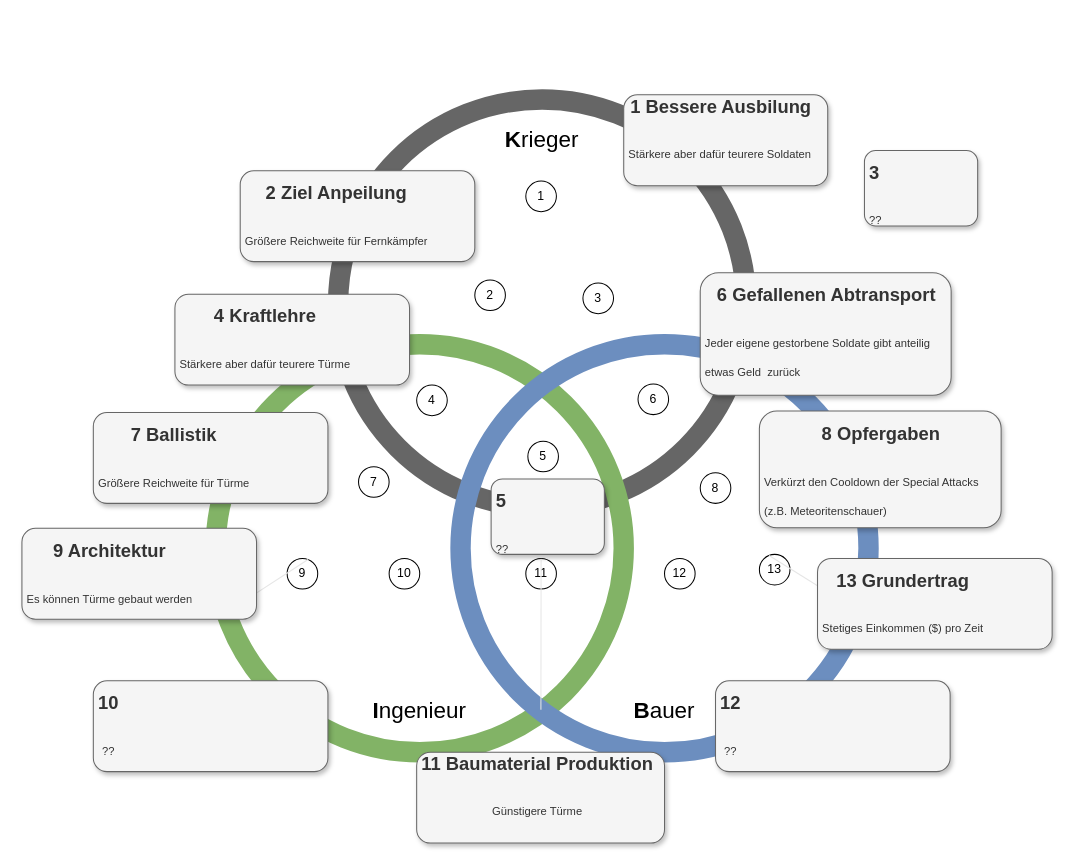
Earlier version of the draw.io diagram AgeOfWarGame/Assets/TechTree.drawio (Thommynator/AgeOfWarGame). Source tidied: cells renumbered, new cells numbered last; positions are measured from the earlier drawing's top-left corner, leaving out a move shared by most shapes. Both pictures are drawn from the tidied source at 102%, with x=0, y=0 at pixel (21, 95).
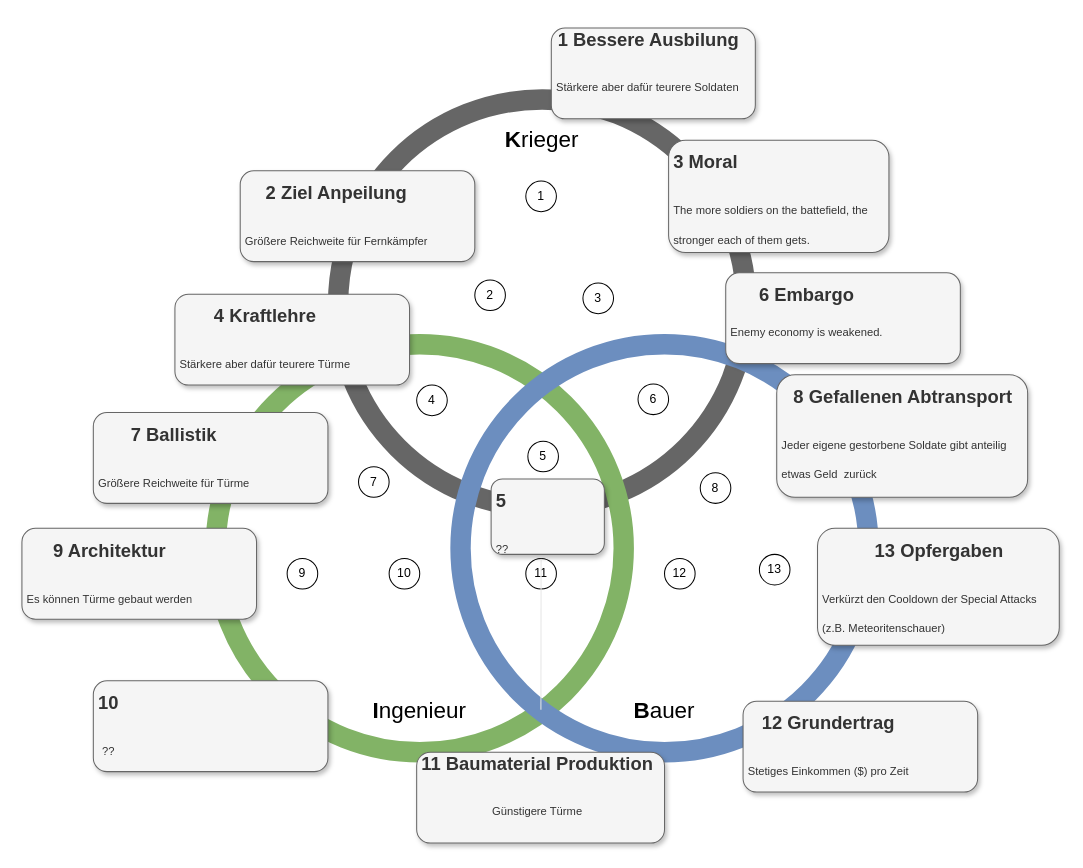
Above is the later version.

The change refers to these unchanged cells:
```xml
<mxCell id="3" style="ellipse;whiteSpace=wrap;html=1;strokeColor=#82b366;gradientColor=#ffffff;fillColor=none;strokeWidth=20;" parent="1" vertex="1">
  <mxGeometry x="190" y="244" width="400" height="400" as="geometry" />
</mxCell>
<mxCell id="4" style="ellipse;whiteSpace=wrap;html=1;strokeColor=#6c8ebf;gradientColor=#ffffff;fillColor=none;strokeWidth=20;" parent="1" vertex="1">
  <mxGeometry x="430" y="244" width="400" height="400" as="geometry" />
</mxCell>
<mxCell id="10" value="9" style="ellipse;whiteSpace=wrap;html=1;gradientColor=#ffffff;" parent="1" vertex="1">
  <mxGeometry x="260" y="454" width="30" height="30" as="geometry" />
</mxCell>
<mxCell id="16" value="13" style="ellipse;whiteSpace=wrap;html=1;gradientColor=#ffffff;" parent="1" vertex="1">
  <mxGeometry x="723" y="450" width="30" height="30" as="geometry" />
</mxCell>
```

The edit, as a diff of the source:
```diff
@@
-    <mxCell id="11" style="endArrow=none;html=1;entryX=0.684;entryY=0.036;entryDx=0;entryDy=0;entryPerimeter=0;exitX=0.032;exitY=0.654;exitDx=0;exitDy=0;exitPerimeter=0;strokeColor=#E6E6E6;" parent="1" edge="1" source="3" target="10">
-      <mxGeometry relative="1" as="geometry" />
-    </mxCell>
@@
-    <mxCell id="17" style="endArrow=none;html=1;entryX=0.317;entryY=0.036;entryDx=0;entryDy=0;entryPerimeter=0;exitX=0.979;exitY=0.657;exitDx=0;exitDy=0;exitPerimeter=0;strokeColor=#E6E6E6;" parent="1" edge="1" source="4" target="16">
-      <mxGeometry relative="1" as="geometry" />
-    </mxCell>
@@
     <mxCell id="24" value="&lt;p style=&quot;line-height: 30%&quot;&gt;&lt;/p&gt;&lt;h1 style=&quot;text-align: right ; font-size: 18px&quot;&gt;&lt;font style=&quot;font-size: 18px&quot;&gt;1 Bessere Ausbilung&lt;/font&gt;&lt;/h1&gt;&lt;h1&gt;&lt;span style=&quot;font-weight: 400&quot;&gt;&lt;font style=&quot;font-size: 11px&quot;&gt;Stärkere aber dafür teurere Soldaten&lt;/font&gt;&lt;/span&gt;&lt;/h1&gt;&lt;p&gt;&lt;/p&gt;" style="text;html=1;strokeColor=#666666;spacing=5;spacingTop=-20;whiteSpace=wrap;overflow=hidden;rounded=1;glass=0;fillColor=#f5f5f5;fontColor=#333333;shadow=1;" parent="1" vertex="1">
-      <mxGeometry x="590" y="-0.5" width="200" height="89" as="geometry" />
+      <mxGeometry x="519" y="-66" width="200" height="89" as="geometry" />
     </mxCell>
@@
-    <mxCell id="26" value="&lt;p style=&quot;line-height: 30%&quot;&gt;&lt;/p&gt;&lt;h1 style=&quot;text-align: center&quot;&gt;&lt;font style=&quot;font-size: 18px&quot;&gt;6 Gefallenen Abtransport&lt;/font&gt;&lt;/h1&gt;&lt;h1&gt;&lt;span style=&quot;font-weight: 400&quot;&gt;&lt;font style=&quot;font-size: 11px&quot;&gt;Jeder eigene gestorbene Soldate gibt anteilig etwas Geld&amp;nbsp; zurück&lt;/font&gt;&lt;/span&gt;&lt;/h1&gt;&lt;p&gt;&lt;/p&gt;" style="text;html=1;strokeColor=#666666;spacing=5;spacingTop=-20;whiteSpace=wrap;overflow=hidden;rounded=1;glass=0;fillColor=#f5f5f5;fontColor=#333333;shadow=1;" parent="1" vertex="1">
-      <mxGeometry x="665" y="174" width="246" height="120" as="geometry" />
+    <mxCell id="26" value="&lt;p style=&quot;line-height: 30%&quot;&gt;&lt;/p&gt;&lt;h1 style=&quot;text-align: center&quot;&gt;&lt;font style=&quot;font-size: 18px&quot;&gt;8 Gefallenen Abtransport&lt;/font&gt;&lt;/h1&gt;&lt;h1&gt;&lt;span style=&quot;font-weight: 400&quot;&gt;&lt;font style=&quot;font-size: 11px&quot;&gt;Jeder eigene gestorbene Soldate gibt anteilig etwas Geld&amp;nbsp; zurück&lt;/font&gt;&lt;/span&gt;&lt;/h1&gt;&lt;p&gt;&lt;/p&gt;" style="text;html=1;strokeColor=#666666;spacing=5;spacingTop=-20;whiteSpace=wrap;overflow=hidden;rounded=1;glass=0;fillColor=#f5f5f5;fontColor=#333333;shadow=1;" parent="1" vertex="1">
+      <mxGeometry x="740" y="274" width="246" height="120" as="geometry" />
     </mxCell>
@@
-    <mxCell id="31" value="&lt;p style=&quot;line-height: 30%&quot;&gt;&lt;/p&gt;&lt;h1 style=&quot;text-align: center&quot;&gt;&lt;span style=&quot;text-align: left ; font-size: 18px&quot;&gt;12&lt;/span&gt;&lt;/h1&gt;&lt;h1 style=&quot;text-align: center&quot;&gt;&lt;span style=&quot;font-size: 11px ; font-weight: 400 ; text-align: left&quot;&gt;??&lt;/span&gt;&lt;br&gt;&lt;/h1&gt;&lt;p&gt;&lt;/p&gt;" style="text;html=1;strokeColor=#666666;spacing=5;spacingTop=-20;whiteSpace=wrap;overflow=hidden;rounded=1;glass=0;fillColor=#f5f5f5;fontColor=#333333;shadow=1;" parent="1" vertex="1">
-      <mxGeometry x="680" y="574" width="230" height="89" as="geometry" />
+    <mxCell id="31" value="&lt;p style=&quot;line-height: 30%&quot;&gt;&lt;/p&gt;&lt;h1 style=&quot;text-align: center&quot;&gt;&lt;span style=&quot;text-align: left ; font-size: 18px&quot;&gt;6 Embargo&lt;/span&gt;&lt;/h1&gt;&lt;div&gt;&lt;span style=&quot;text-align: left ; font-size: 11px&quot;&gt;Enemy economy is weakened.&lt;/span&gt;&lt;/div&gt;&lt;p&gt;&lt;/p&gt;" style="text;html=1;strokeColor=#666666;spacing=5;spacingTop=-20;whiteSpace=wrap;overflow=hidden;rounded=1;glass=0;fillColor=#f5f5f5;fontColor=#333333;shadow=1;" parent="1" vertex="1">
+      <mxGeometry x="690" y="174" width="230" height="89" as="geometry" />
     </mxCell>
@@
-    <mxCell id="33" value="&lt;p style=&quot;line-height: 30%&quot;&gt;&lt;/p&gt;&lt;h1 style=&quot;text-align: center&quot;&gt;&lt;span style=&quot;text-align: left ; font-size: 18px&quot;&gt;13 Grundertrag&lt;/span&gt;&lt;/h1&gt;&lt;h1 style=&quot;text-align: left&quot;&gt;&lt;span style=&quot;font-size: 11px ; font-weight: 400&quot;&gt;Stetiges Einkommen ($) pro Zeit&lt;/span&gt;&lt;/h1&gt;&lt;p&gt;&lt;/p&gt;" style="text;html=1;strokeColor=#666666;spacing=5;spacingTop=-20;whiteSpace=wrap;overflow=hidden;rounded=1;glass=0;fillColor=#f5f5f5;fontColor=#333333;shadow=1;" parent="1" vertex="1">
-      <mxGeometry x="780" y="454" width="230" height="89" as="geometry" />
+    <mxCell id="33" value="&lt;p style=&quot;line-height: 30%&quot;&gt;&lt;/p&gt;&lt;h1 style=&quot;text-align: center&quot;&gt;&lt;span style=&quot;text-align: left ; font-size: 18px&quot;&gt;12 Grundertrag&lt;/span&gt;&lt;/h1&gt;&lt;h1 style=&quot;text-align: left&quot;&gt;&lt;span style=&quot;font-size: 11px ; font-weight: 400&quot;&gt;Stetiges Einkommen ($) pro Zeit&lt;/span&gt;&lt;/h1&gt;&lt;p&gt;&lt;/p&gt;" style="text;html=1;strokeColor=#666666;spacing=5;spacingTop=-20;whiteSpace=wrap;overflow=hidden;rounded=1;glass=0;fillColor=#f5f5f5;fontColor=#333333;shadow=1;" parent="1" vertex="1">
+      <mxGeometry x="707" y="594" width="230" height="89" as="geometry" />
     </mxCell>
-    <mxCell id="34" value="&lt;p style=&quot;line-height: 30%&quot;&gt;&lt;/p&gt;&lt;h1 style=&quot;text-align: center&quot;&gt;&lt;span style=&quot;text-align: left ; font-size: 18px&quot;&gt;8 Opfergaben&lt;/span&gt;&lt;/h1&gt;&lt;h1 style=&quot;text-align: left&quot;&gt;&lt;span style=&quot;font-size: 11px ; font-weight: 400&quot;&gt;Verkürzt den Cooldown der Special Attacks (z.B. Meteoritenschauer)&lt;/span&gt;&lt;/h1&gt;&lt;p&gt;&lt;/p&gt;" style="text;html=1;strokeColor=#666666;spacing=5;spacingTop=-20;whiteSpace=wrap;overflow=hidden;rounded=1;glass=0;fillColor=#f5f5f5;fontColor=#333333;shadow=1;" parent="1" vertex="1">
-      <mxGeometry x="723" y="309.5" width="237" height="114.5" as="geometry" />
+    <mxCell id="34" value="&lt;p style=&quot;line-height: 30%&quot;&gt;&lt;/p&gt;&lt;h1 style=&quot;text-align: center&quot;&gt;&lt;span style=&quot;text-align: left ; font-size: 18px&quot;&gt;13 Opfergaben&lt;/span&gt;&lt;/h1&gt;&lt;h1 style=&quot;text-align: left&quot;&gt;&lt;span style=&quot;font-size: 11px ; font-weight: 400&quot;&gt;Verkürzt den Cooldown der Special Attacks (z.B. Meteoritenschauer)&lt;/span&gt;&lt;/h1&gt;&lt;p&gt;&lt;/p&gt;" style="text;html=1;strokeColor=#666666;spacing=5;spacingTop=-20;whiteSpace=wrap;overflow=hidden;rounded=1;glass=0;fillColor=#f5f5f5;fontColor=#333333;shadow=1;" parent="1" vertex="1">
+      <mxGeometry x="780" y="424.5" width="237" height="114.5" as="geometry" />
     </mxCell>
@@
-    <mxCell id="36" value="&lt;p style=&quot;line-height: 30%&quot;&gt;&lt;/p&gt;&lt;h1 style=&quot;text-align: left&quot;&gt;&lt;span style=&quot;font-size: 18px&quot;&gt;3&lt;/span&gt;&lt;/h1&gt;&lt;h1 style=&quot;text-align: left&quot;&gt;&lt;span style=&quot;font-size: 11px ; font-weight: 400&quot;&gt;??&lt;/span&gt;&lt;br&gt;&lt;/h1&gt;&lt;p&gt;&lt;/p&gt;" style="text;html=1;strokeColor=#666666;spacing=5;spacingTop=-20;whiteSpace=wrap;overflow=hidden;rounded=1;glass=0;fillColor=#f5f5f5;fontColor=#333333;shadow=1;" parent="1" vertex="1">
-      <mxGeometry x="826" y="54" width="111" height="74" as="geometry" />
+    <mxCell id="36" value="&lt;p style=&quot;line-height: 30%&quot;&gt;&lt;/p&gt;&lt;h1 style=&quot;text-align: left&quot;&gt;&lt;span style=&quot;font-size: 18px&quot;&gt;3 Moral&lt;/span&gt;&lt;/h1&gt;&lt;h1 style=&quot;text-align: left&quot;&gt;&lt;span style=&quot;font-size: 11px ; font-weight: 400&quot;&gt;The more soldiers on the battefield, the stronger each of them gets.&lt;/span&gt;&lt;/h1&gt;&lt;p&gt;&lt;/p&gt;" style="text;html=1;strokeColor=#666666;spacing=5;spacingTop=-20;whiteSpace=wrap;overflow=hidden;rounded=1;glass=0;fillColor=#f5f5f5;fontColor=#333333;shadow=1;" parent="1" vertex="1">
+      <mxGeometry x="634" y="44" width="216" height="110" as="geometry" />
     </mxCell>
```
